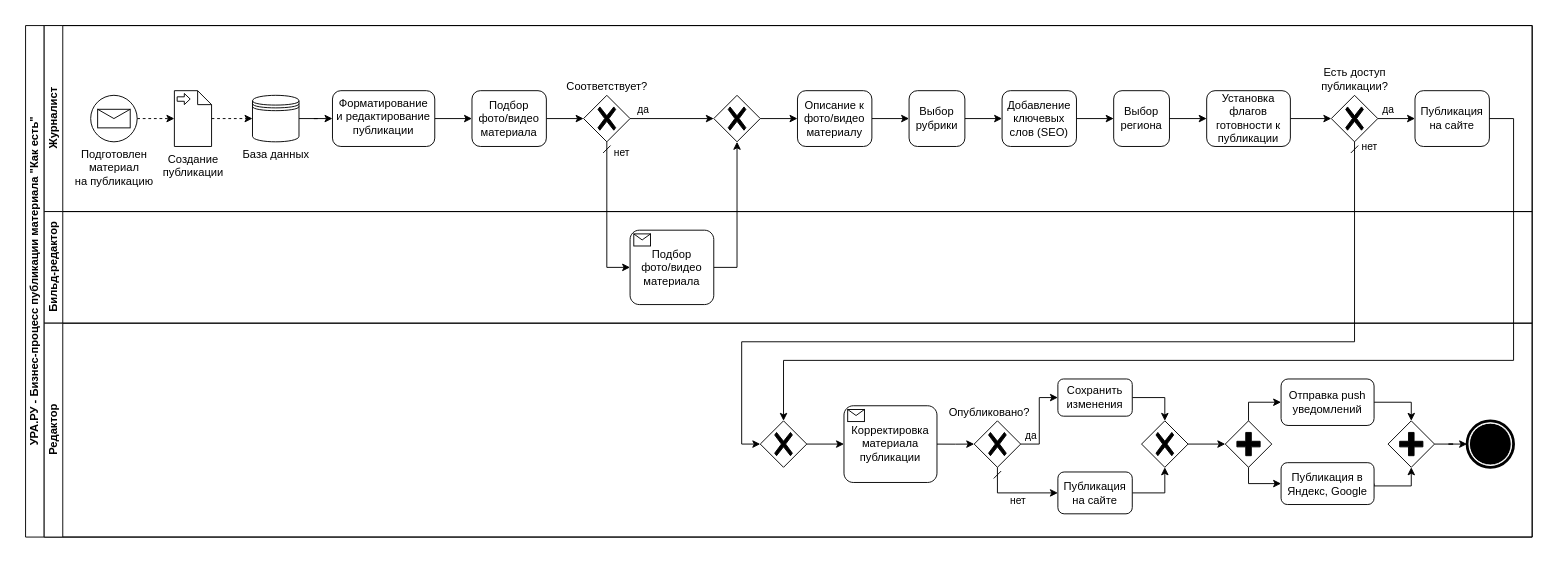
Before: page "bpmn_uranews_v4" (3 of 3) of uranews.drawio in jsob/diagrams, a draw.io diagram. Source tidied: cells renumbered, new cells numbered last; positions are measured from the earlier drawing's top-left corner, leaving out a move shared by most shapes. Both pictures are drawn from the tidied source at 93%, with x=0, y=0 at pixel (25, 25).
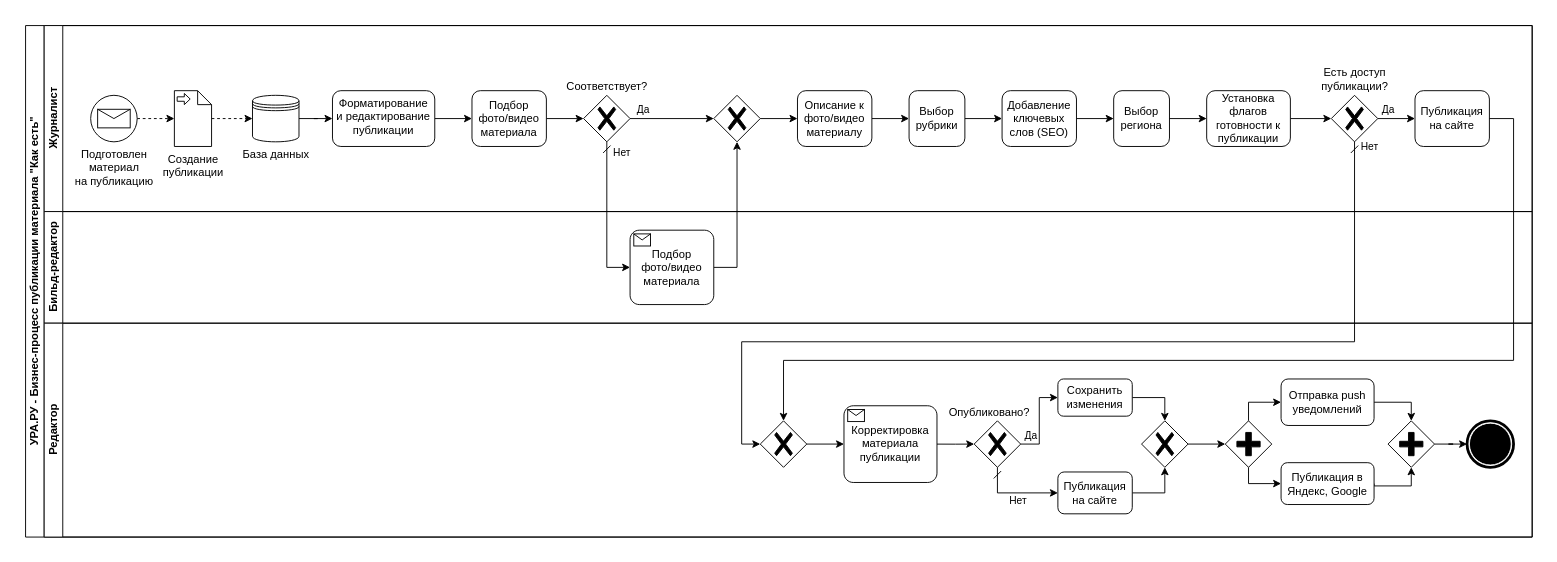
The same diagram, later.

Unchanged cells that the change refers to:
```xml
<mxCell id="24" style="edgeStyle=orthogonalEdgeStyle;rounded=0;jettySize=auto;html=1;" parent="3" edge="1" source="17" target="23">
  <mxGeometry relative="1" as="geometry" />
</mxCell>
<mxCell id="30" style="edgeStyle=orthogonalEdgeStyle;rounded=0;jettySize=auto;html=1;exitX=1;exitY=0.5;exitDx=0;exitDy=0;exitPerimeter=0;entryX=0;entryY=0.5;entryDx=0;entryDy=0;entryPerimeter=0;" parent="3" edge="1" source="32" target="27">
  <mxGeometry relative="1" as="geometry" />
</mxCell>
<mxCell id="33" style="edgeStyle=orthogonalEdgeStyle;rounded=0;jettySize=auto;html=1;exitX=0.5;exitY=1;exitDx=0;exitDy=0;exitPerimeter=0;entryX=0;entryY=0.5;entryDx=0;entryDy=0;startArrow=dash;startFill=0;entryPerimeter=0;" parent="2" edge="1" source="32" target="40">
  <mxGeometry relative="1" as="geometry" />
</mxCell>
<mxCell id="36" style="edgeStyle=orthogonalEdgeStyle;rounded=0;jettySize=auto;html=1;exitX=0.5;exitY=1;exitDx=0;exitDy=0;exitPerimeter=0;startArrow=dash;startFill=0;entryX=0;entryY=0.5;entryDx=0;entryDy=0;entryPerimeter=0;" parent="2" edge="1" source="17" target="43">
  <mxGeometry relative="1" as="geometry">
    <Array as="points">
      <mxPoint x="1429" y="340" />
      <mxPoint x="770" y="340" />
      <mxPoint x="770" y="450" />
    </Array>
  </mxGeometry>
</mxCell>
<mxCell id="44" style="edgeStyle=orthogonalEdgeStyle;rounded=0;jettySize=auto;html=1;exitX=0.5;exitY=1;exitDx=0;exitDy=0;exitPerimeter=0;entryX=0;entryY=0.5;entryDx=0;entryDy=0;startArrow=dash;startFill=0;" parent="41" edge="1" source="48" target="50">
  <mxGeometry relative="1" as="geometry" />
</mxCell>
<mxCell id="46" style="edgeStyle=orthogonalEdgeStyle;rounded=0;jettySize=auto;html=1;entryX=0;entryY=0.5;entryDx=0;entryDy=0;exitX=1;exitY=0.5;exitDx=0;exitDy=0;exitPerimeter=0;" parent="41" edge="1" source="48" target="62">
  <mxGeometry relative="1" as="geometry" />
</mxCell>
```

The edit, as a diff of the source:
```diff
@@
-    <mxCell id="25" value="да" style="edgeLabel;html=1;align=center;verticalAlign=middle;" parent="24" vertex="1">
+    <mxCell id="25" value="Да" style="edgeLabel;html=1;align=center;verticalAlign=middle;" parent="24" vertex="1">
       <mxGeometry x="-0.35" y="-1" relative="1" as="geometry">
         <mxPoint x="-3" y="-11" as="offset" />
       </mxGeometry>
     </mxCell>
@@
-    <mxCell id="31" value="да" style="edgeLabel;html=1;align=center;verticalAlign=middle;" parent="30" vertex="1">
+    <mxCell id="31" value="Да" style="edgeLabel;html=1;align=center;verticalAlign=middle;" parent="30" vertex="1">
       <mxGeometry x="-0.72" y="-1" relative="1" as="geometry">
         <mxPoint y="-11" as="offset" />
       </mxGeometry>
     </mxCell>
@@
-    <mxCell id="34" value="нет" style="edgeLabel;html=1;align=center;verticalAlign=middle;" parent="33" vertex="1">
+    <mxCell id="34" value="Нет" style="edgeLabel;html=1;align=center;verticalAlign=middle;" parent="33" vertex="1">
       <mxGeometry x="-0.86" relative="1" as="geometry">
         <mxPoint x="15" as="offset" />
       </mxGeometry>
     </mxCell>
@@
-    <mxCell id="37" value="нет" style="edgeLabel;html=1;align=center;verticalAlign=middle;" parent="36" vertex="1">
+    <mxCell id="37" value="Нет" style="edgeLabel;html=1;align=center;verticalAlign=middle;" parent="36" vertex="1">
       <mxGeometry x="-0.98" y="1" relative="1" as="geometry">
         <mxPoint x="14" y="-6" as="offset" />
       </mxGeometry>
     </mxCell>
@@
-    <mxCell id="45" value="нет" style="edgeLabel;html=1;align=center;verticalAlign=middle;" parent="44" vertex="1">
+    <mxCell id="45" value="Нет" style="edgeLabel;html=1;align=center;verticalAlign=middle;" parent="44" vertex="1">
       <mxGeometry x="-0.25" relative="1" as="geometry">
         <mxPoint x="14" y="8" as="offset" />
       </mxGeometry>
     </mxCell>
@@
-    <mxCell id="47" value="да" style="edgeLabel;html=1;align=center;verticalAlign=middle;" parent="46" vertex="1">
+    <mxCell id="47" value="Да" style="edgeLabel;html=1;align=center;verticalAlign=middle;" parent="46" vertex="1">
       <mxGeometry x="-0.35" y="1" relative="1" as="geometry">
         <mxPoint x="-9" y="-1" as="offset" />
       </mxGeometry>
     </mxCell>
@@
+    <mxCell id="67" style="swimlane;startSize=0;fontColor=default;strokeColor=none;" parent="1" vertex="1">
+      <mxGeometry x="-10" y="-10" width="1640" height="570" as="geometry" />
+    </mxCell>
```
